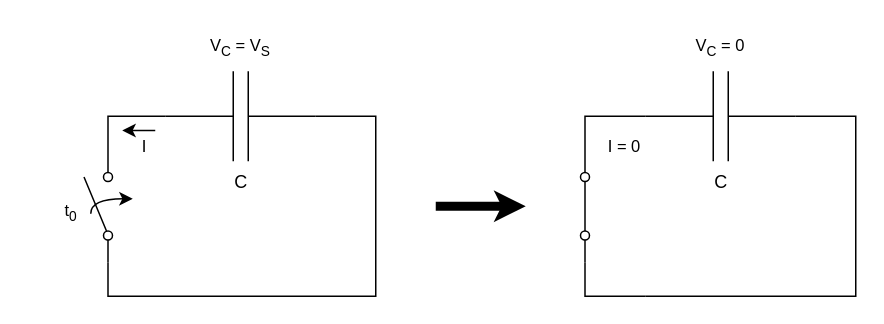
Earlier version of the draw.io diagram 1A5/Cours/Des_9-5b.drawio (JoseForest-CLJ/Draw.io-files). Source tidied: cells renumbered, new cells numbered last; positions are measured from the earlier drawing's top-left corner, leaving out a move shared by most shapes. Both pictures are drawn from the tidied source at 150%, with x=0, y=0 at pixel (26, 26).
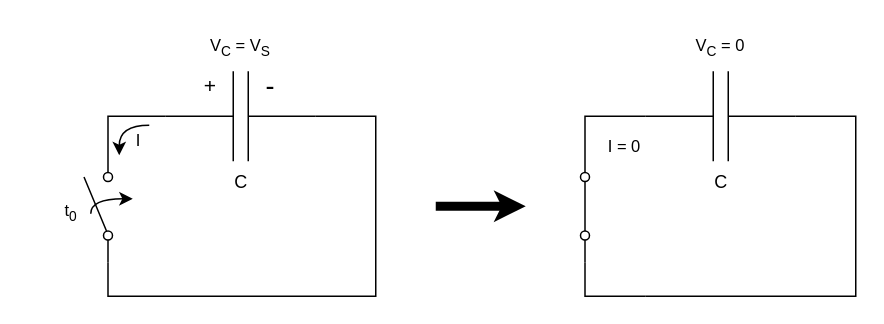
After the change.

What changed in the source:
```diff
@@
     <mxCell id="6" value="I" style="text;html=1;whiteSpace=wrap;strokeColor=none;fillColor=none;align=center;verticalAlign=middle;rounded=0;fontFamily=Helvetica;fontSize=11;fontColor=default;labelBackgroundColor=default;convertToSvg=1;" parent="1" vertex="1">
-      <mxGeometry x="65" y="70" width="28" height="20" as="geometry" />
+      <mxGeometry x="61" y="66" width="28" height="20" as="geometry" />
     </mxCell>
@@
-    <mxCell id="11" style="edgeStyle=none;orthogonalLoop=1;jettySize=auto;html=1;rounded=0;strokeColor=default;align=center;verticalAlign=middle;fontFamily=Helvetica;fontSize=11;fontColor=default;labelBackgroundColor=default;endArrow=classic;endFill=1;convertToSvg=1;" parent="1" edge="1">
-      <mxGeometry relative="1" as="geometry">
-        <mxPoint x="86" y="69.5" as="sourcePoint" />
-        <mxPoint x="64" y="69.5" as="targetPoint" />
-      </mxGeometry>
-    </mxCell>
@@
+    <mxCell id="19" value="+" style="text;html=1;whiteSpace=wrap;strokeColor=none;fillColor=none;align=center;verticalAlign=middle;rounded=0;fontSize=14;" parent="1" vertex="1">
+      <mxGeometry x="113" y="30" width="20" height="20" as="geometry" />
+    </mxCell>
+    <mxCell id="20" value="-" style="text;html=1;whiteSpace=wrap;strokeColor=none;fillColor=none;align=center;verticalAlign=middle;rounded=0;fontSize=18;" parent="1" vertex="1">
+      <mxGeometry x="153" y="30" width="20" height="20" as="geometry" />
+    </mxCell>
+    <mxCell id="21" style="curved=1;endArrow=classic;html=1;rounded=0;" parent="1" edge="1">
+      <mxGeometry relative="1" as="geometry">
+        <mxPoint x="82" y="66" as="sourcePoint" />
+        <mxPoint x="62" y="86" as="targetPoint" />
+        <Array as="points">
+          <mxPoint x="62" y="66" />
+        </Array>
+      </mxGeometry>
+    </mxCell>
```
